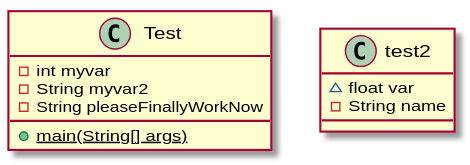
andrewdimmer/csi-3370-software-project-config-test keeps this PlantUML diagram as docs/uml/test2.svg. Above is the earlier version.
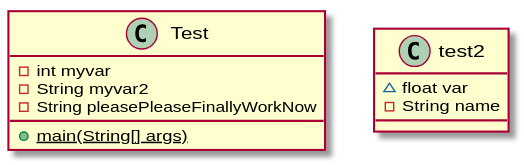
Later version of the same file.

Change to the diagram source:
```diff
@@ -4,7 +4,7 @@
 class Test {
     - int myvar
     - String myvar2
-    - String pleaseFinallyWorkNow
+    - String pleasePleaseFinallyWorkNow
     {static} + main(String[] args)
 }
 
```
